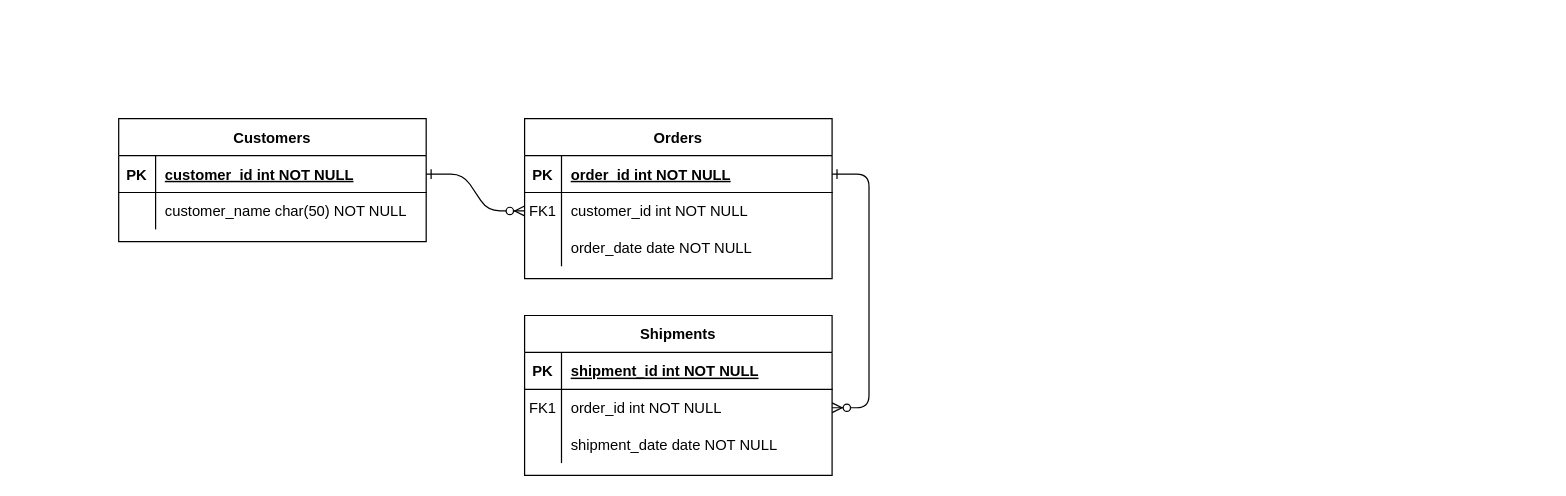
Before: tango_er.drawio in osakanae/tango, a draw.io diagram. Source tidied: cells renumbered, new cells numbered last; positions are measured from the earlier drawing's top-left corner, leaving out a move shared by most shapes. Both pictures are drawn from the tidied source at 123%, with x=0, y=0 at pixel (118, 118).
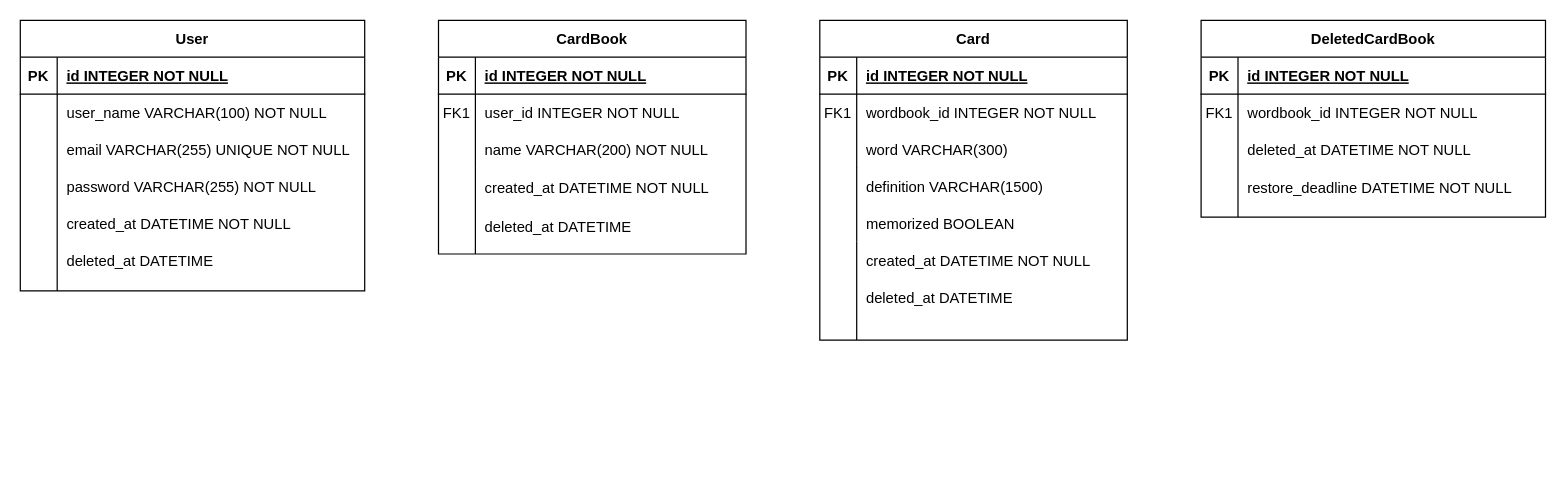
Above is the later version.

Commit message (it also covers changes not shown here):
tango_er.drawio を更新します

Unchanged cells that the change refers to:
```xml
<mxCell id="5" style="shape=partialRectangle;fillColor=none;points=[[0,0.5],[1,0.5]];portConstraint=eastwest;top=0;left=0;right=0;bottom=1;" parent="4" vertex="1">
  <mxGeometry y="30" width="250" height="30" as="geometry" />
</mxCell>
<mxCell id="8" style="shape=partialRectangle;fillColor=none;points=[[0,0.5],[1,0.5]];portConstraint=eastwest;top=0;left=0;right=0;bottom=0;" parent="4" vertex="1">
  <mxGeometry y="60" width="250" height="30" as="geometry" />
</mxCell>
<mxCell id="11" style="shape=partialRectangle;fillColor=none;points=[[0,0.5],[1,0.5]];portConstraint=eastwest;top=0;left=0;right=0;bottom=0;" parent="4" vertex="1">
  <mxGeometry y="90" width="250" height="30" as="geometry" />
</mxCell>
```

The edit, as a diff of the source:
```diff
@@
-    <mxCell id="2" style="edgeStyle=entityRelationEdgeStyle;endArrow=ERzeroToMany;startArrow=ERone;endFill=1;startFill=0;" parent="1" edge="1" source="25" target="8">
-      <mxGeometry relative="1" as="geometry" />
-    </mxCell>
-    <mxCell id="3" style="edgeStyle=entityRelationEdgeStyle;endArrow=ERzeroToMany;startArrow=ERone;endFill=1;startFill=0;" parent="1" edge="1" source="5" target="18">
-      <mxGeometry relative="1" as="geometry" />
-    </mxCell>
+    <mxCell id="31" style="group;" parent="1" vertex="1">
+      <mxGeometry x="-80" y="-80" width="280" height="220" as="geometry" />
+    </mxCell>
+    <mxCell id="24" value="User" style="shape=table;startSize=30;childLayout=tableLayout;rowLines=0;fontStyle=1;align=center;" parent="31" vertex="1">
+      <mxGeometry width="280" height="220" as="geometry" />
+    </mxCell>
+    <mxCell id="25" style="shape=partialRectangle;fillColor=none;points=[[0,0.5],[1,0.5]];portConstraint=eastwest;top=0;left=0;right=0;bottom=1;" parent="24" vertex="1">
+      <mxGeometry y="30" width="280" height="30" as="geometry" />
+    </mxCell>
+    <mxCell id="26" value="PK" style="shape=partialRectangle;overflow=hidden;fillColor=none;top=0;left=0;bottom=0;right=0;fontStyle=1;" parent="25" vertex="1">
+      <mxGeometry width="30" height="30" as="geometry" />
+    </mxCell>
+    <mxCell id="27" value="id INTEGER NOT NULL" style="shape=partialRectangle;overflow=hidden;fillColor=none;top=0;left=0;bottom=0;right=0;align=left;spacingLeft=6;fontStyle=5;" parent="25" vertex="1">
+      <mxGeometry x="30" width="250" height="30" as="geometry" />
+    </mxCell>
+    <mxCell id="28" style="shape=partialRectangle;fillColor=none;top=0;left=0;right=0;bottom=0;" parent="24" vertex="1">
+      <mxGeometry y="60" width="280" height="30" as="geometry" />
+    </mxCell>
+    <mxCell id="29" style="shape=partialRectangle;overflow=hidden;fillColor=none;top=0;left=0;bottom=0;right=0;" parent="28" vertex="1">
+      <mxGeometry width="30" height="30" as="geometry" />
+    </mxCell>
+    <mxCell id="30" value="user_name VARCHAR(100) NOT NULL" style="shape=partialRectangle;overflow=hidden;fillColor=none;top=0;left=0;bottom=0;right=0;align=left;spacingLeft=6;" parent="28" vertex="1">
+      <mxGeometry x="30" width="250" height="30" as="geometry" />
+    </mxCell>
+    <mxCell id="32" style="group;" parent="31" vertex="1">
+      <mxGeometry x="30" y="90" width="240" height="130" as="geometry" />
+    </mxCell>
+    <mxCell id="33" value="email VARCHAR(255) UNIQUE NOT NULL" style="shape=partialRectangle;overflow=hidden;fillColor=none;top=0;left=0;bottom=0;right=0;align=left;spacingLeft=6;" parent="32" vertex="1">
+      <mxGeometry width="240" height="30" as="geometry" />
+    </mxCell>
+    <mxCell id="34" value="password VARCHAR(255) NOT NULL" style="shape=partialRectangle;overflow=hidden;fillColor=none;top=0;left=0;bottom=0;right=0;align=left;spacingLeft=6;" parent="32" vertex="1">
+      <mxGeometry y="30" width="240" height="30" as="geometry" />
+    </mxCell>
+    <mxCell id="35" style="endArrow=none;html=1;rounded=0;" parent="32" edge="1">
+      <mxGeometry relative="1" as="geometry">
+        <mxPoint y="130" as="sourcePoint" />
+        <mxPoint as="targetPoint" />
+      </mxGeometry>
+    </mxCell>
+    <mxCell id="36" value="created_at DATETIME NOT NULL" style="shape=partialRectangle;overflow=hidden;fillColor=none;top=0;left=0;bottom=0;right=0;align=left;spacingLeft=6;" parent="32" vertex="1">
+      <mxGeometry y="60" width="240" height="30" as="geometry" />
+    </mxCell>
+    <mxCell id="37" value="deleted_at DATETIME" style="shape=partialRectangle;overflow=hidden;fillColor=none;top=0;left=0;bottom=0;right=0;align=left;spacingLeft=6;" parent="32" vertex="1">
+      <mxGeometry y="90" width="240" height="30" as="geometry" />
+    </mxCell>
+    <mxCell id="38" style="group;" parent="1" vertex="1">
+      <mxGeometry x="260" y="-80" width="250" height="190" as="geometry" />
+    </mxCell>
+    <mxCell id="39" style="endArrow=none;html=1;rounded=0;entryX=0.12;entryY=0.995;entryDx=0;entryDy=0;entryPerimeter=0;" parent="38" edge="1" target="11">
+      <mxGeometry relative="1" as="geometry">
+        <mxPoint x="30" y="190" as="sourcePoint" />
+      </mxGeometry>
+    </mxCell>
+    <mxCell id="40" style="group;" parent="38" vertex="1">
+      <mxGeometry width="250" height="190" as="geometry" />
+    </mxCell>
-    <mxCell id="4" value="Orders" style="shape=table;startSize=30;childLayout=tableLayout;rowLines=0;fontStyle=1;align=center;" parent="1" vertex="1">
-      <mxGeometry x="330" width="250" height="130" as="geometry" />
+    <mxCell id="4" value="CardBook" style="shape=table;startSize=30;childLayout=tableLayout;rowLines=0;fontStyle=1;align=center;" parent="40" vertex="1">
+      <mxGeometry width="250" height="190" as="geometry" />
     </mxCell>
@@
-    <mxCell id="7" value="order_id int NOT NULL " style="shape=partialRectangle;overflow=hidden;fillColor=none;top=0;left=0;bottom=0;right=0;align=left;spacingLeft=6;fontStyle=5;" parent="5" vertex="1">
+    <mxCell id="7" value="id INTEGER NOT NULL " style="shape=partialRectangle;overflow=hidden;fillColor=none;top=0;left=0;bottom=0;right=0;align=left;spacingLeft=6;fontStyle=5;" parent="5" vertex="1">
       <mxGeometry x="30" width="220" height="30" as="geometry" />
     </mxCell>
@@
-    <mxCell id="10" value="customer_id int NOT NULL" style="shape=partialRectangle;overflow=hidden;fillColor=none;top=0;left=0;bottom=0;right=0;align=left;spacingLeft=6;" parent="8" vertex="1">
+    <mxCell id="10" value="user_id INTEGER NOT NULL" style="shape=partialRectangle;overflow=hidden;fillColor=none;top=0;left=0;bottom=0;right=0;align=left;spacingLeft=6;" parent="8" vertex="1">
       <mxGeometry x="30" width="220" height="30" as="geometry" />
     </mxCell>
@@
-    <mxCell id="13" value="order_date date NOT NULL" style="shape=partialRectangle;overflow=hidden;fillColor=none;top=0;left=0;bottom=0;right=0;align=left;spacingLeft=6;" parent="11" vertex="1">
+    <mxCell id="13" value="name VARCHAR(200) NOT NULL" style="shape=partialRectangle;overflow=hidden;fillColor=none;top=0;left=0;bottom=0;right=0;align=left;spacingLeft=6;" parent="11" vertex="1">
       <mxGeometry x="30" width="220" height="30" as="geometry" />
     </mxCell>
-    <mxCell id="14" value="Shipments" style="shape=table;startSize=30;childLayout=tableLayout;rowLines=0;fontStyle=1;align=center;" parent="1" vertex="1">
-      <mxGeometry x="330" y="160" width="250" height="130" as="geometry" />
-    </mxCell>
+    <mxCell id="41" value="created_at DATETIME NOT NULL" style="shape=partialRectangle;overflow=hidden;fillColor=none;top=0;left=0;bottom=0;right=0;align=left;spacingLeft=6;" parent="40" vertex="1">
+      <mxGeometry x="30" y="120" width="220" height="31.7" as="geometry" />
+    </mxCell>
+    <mxCell id="42" value="deleted_at DATETIME" style="shape=partialRectangle;overflow=hidden;fillColor=none;top=0;left=0;bottom=0;right=0;align=left;spacingLeft=6;" parent="40" vertex="1">
+      <mxGeometry x="30" y="151.7" width="220" height="31.7" as="geometry" />
+    </mxCell>
+    <mxCell id="43" style="group;" parent="1" vertex="1">
+      <mxGeometry x="570" y="-80" width="250" height="260" as="geometry" />
+    </mxCell>
+    <mxCell id="44" style="endArrow=none;html=1;rounded=0;entryX=0.12;entryY=0.995;entryDx=0;entryDy=0;entryPerimeter=0;" parent="43" edge="1" target="21">
+      <mxGeometry relative="1" as="geometry">
+        <mxPoint x="30" y="180" as="sourcePoint" />
+      </mxGeometry>
+    </mxCell>
+    <mxCell id="45" style="group;" parent="43" vertex="1">
+      <mxGeometry width="250" height="260" as="geometry" />
+    </mxCell>
+    <mxCell id="46" style="group;" parent="45" vertex="1">
+      <mxGeometry width="250" height="260" as="geometry" />
+    </mxCell>
+    <mxCell id="47" value="Card" style="shape=table;startSize=30;childLayout=tableLayout;rowLines=0;fontStyle=1;align=center;" parent="46" vertex="1">
+      <mxGeometry width="250" height="260" as="geometry" />
+    </mxCell>
-    <mxCell id="15" style="shape=partialRectangle;fillColor=none;top=0;left=0;right=0;bottom=1;" parent="14" vertex="1">
+    <mxCell id="15" style="shape=partialRectangle;fillColor=none;top=0;left=0;right=0;bottom=1;" parent="47" vertex="1">
       <mxGeometry y="30" width="250" height="30" as="geometry" />
     </mxCell>
-    <mxCell id="16" value="PK" style="shape=partialRectangle;overflow=hidden;fillColor=none;top=0;left=0;bottom=0;right=0;fontStyle=1;" parent="15" vertex="1">
-      <mxGeometry width="30" height="30" as="geometry" />
-    </mxCell>
-    <mxCell id="17" value="shipment_id int NOT NULL " style="shape=partialRectangle;overflow=hidden;fillColor=none;top=0;left=0;bottom=0;right=0;align=left;spacingLeft=6;fontStyle=5;" parent="15" vertex="1">
-      <mxGeometry x="30" width="220" height="30" as="geometry" />
-    </mxCell>
+    <mxCell id="48" value="PK" style="shape=partialRectangle;overflow=hidden;fillColor=none;top=0;left=0;bottom=0;right=0;fontStyle=1;" parent="15" vertex="1">
+      <mxGeometry width="30" height="30" as="geometry" />
+    </mxCell>
+    <mxCell id="49" value="id INTEGER NOT NULL " style="shape=partialRectangle;overflow=hidden;fillColor=none;top=0;left=0;bottom=0;right=0;align=left;spacingLeft=6;fontStyle=5;" parent="15" vertex="1">
+      <mxGeometry x="30" width="220" height="30" as="geometry" />
+    </mxCell>
-    <mxCell id="18" style="shape=partialRectangle;fillColor=none;points=[[0,0.5],[1,0.5]];portConstraint=eastwest;top=0;left=0;right=0;bottom=0;" parent="14" vertex="1">
+    <mxCell id="18" style="shape=partialRectangle;fillColor=none;points=[[0,0.5],[1,0.5]];portConstraint=eastwest;top=0;left=0;right=0;bottom=0;" parent="47" vertex="1">
       <mxGeometry y="60" width="250" height="30" as="geometry" />
     </mxCell>
-    <mxCell id="19" value="FK1" style="shape=partialRectangle;overflow=hidden;fillColor=none;top=0;left=0;bottom=0;right=0;" parent="18" vertex="1">
-      <mxGeometry width="30" height="30" as="geometry" />
-    </mxCell>
-    <mxCell id="20" value="order_id int NOT NULL" style="shape=partialRectangle;overflow=hidden;fillColor=none;top=0;left=0;bottom=0;right=0;align=left;spacingLeft=6;" parent="18" vertex="1">
-      <mxGeometry x="30" width="220" height="30" as="geometry" />
-    </mxCell>
+    <mxCell id="50" value="FK1" style="shape=partialRectangle;overflow=hidden;fillColor=none;top=0;left=0;bottom=0;right=0;" parent="18" vertex="1">
+      <mxGeometry width="30" height="30" as="geometry" />
+    </mxCell>
+    <mxCell id="51" value="wordbook_id INTEGER NOT NULL" style="shape=partialRectangle;overflow=hidden;fillColor=none;top=0;left=0;bottom=0;right=0;align=left;spacingLeft=6;" parent="18" vertex="1">
+      <mxGeometry x="30" width="220" height="30" as="geometry" />
+    </mxCell>
-    <mxCell id="21" style="shape=partialRectangle;fillColor=none;points=[[0,0.5],[1,0.5]];portConstraint=eastwest;top=0;left=0;right=0;bottom=0;" parent="14" vertex="1">
+    <mxCell id="21" style="shape=partialRectangle;fillColor=none;points=[[0,0.5],[1,0.5]];portConstraint=eastwest;top=0;left=0;right=0;bottom=0;" parent="47" vertex="1">
       <mxGeometry y="90" width="250" height="30" as="geometry" />
     </mxCell>
-    <mxCell id="22" style="shape=partialRectangle;overflow=hidden;fillColor=none;top=0;left=0;bottom=0;right=0;" parent="21" vertex="1">
-      <mxGeometry width="30" height="30" as="geometry" />
-    </mxCell>
-    <mxCell id="23" value="shipment_date date NOT NULL" style="shape=partialRectangle;overflow=hidden;fillColor=none;top=0;left=0;bottom=0;right=0;align=left;spacingLeft=6;" parent="21" vertex="1">
-      <mxGeometry x="30" width="220" height="30" as="geometry" />
-    </mxCell>
-    <mxCell id="24" value="Customers" style="shape=table;startSize=30;childLayout=tableLayout;rowLines=0;fontStyle=1;align=center;" parent="1" vertex="1">
-      <mxGeometry width="250" height="100" as="geometry" />
-    </mxCell>
-    <mxCell id="25" style="shape=partialRectangle;fillColor=none;points=[[0,0.5],[1,0.5]];portConstraint=eastwest;top=0;left=0;right=0;bottom=1;" parent="24" vertex="1">
-      <mxGeometry y="30" width="250" height="30" as="geometry" />
-    </mxCell>
-    <mxCell id="26" value="PK" style="shape=partialRectangle;overflow=hidden;fillColor=none;top=0;left=0;bottom=0;right=0;fontStyle=1;" parent="25" vertex="1">
-      <mxGeometry width="30" height="30" as="geometry" />
-    </mxCell>
-    <mxCell id="27" value="customer_id int NOT NULL " style="shape=partialRectangle;overflow=hidden;fillColor=none;top=0;left=0;bottom=0;right=0;align=left;spacingLeft=6;fontStyle=5;" parent="25" vertex="1">
-      <mxGeometry x="30" width="220" height="30" as="geometry" />
-    </mxCell>
-    <mxCell id="28" style="shape=partialRectangle;fillColor=none;top=0;left=0;right=0;bottom=0;" parent="24" vertex="1">
-      <mxGeometry y="60" width="250" height="30" as="geometry" />
-    </mxCell>
-    <mxCell id="29" style="shape=partialRectangle;overflow=hidden;fillColor=none;top=0;left=0;bottom=0;right=0;" parent="28" vertex="1">
-      <mxGeometry width="30" height="30" as="geometry" />
-    </mxCell>
-    <mxCell id="30" value="customer_name char(50) NOT NULL" style="shape=partialRectangle;overflow=hidden;fillColor=none;top=0;left=0;bottom=0;right=0;align=left;spacingLeft=6;" parent="28" vertex="1">
-      <mxGeometry x="30" width="220" height="30" as="geometry" />
-    </mxCell>
+    <mxCell id="52" style="shape=partialRectangle;overflow=hidden;fillColor=none;top=0;left=0;bottom=0;right=0;" parent="21" vertex="1">
+      <mxGeometry width="30" height="30" as="geometry" />
+    </mxCell>
+    <mxCell id="53" value="word VARCHAR(300)" style="shape=partialRectangle;overflow=hidden;fillColor=none;top=0;left=0;bottom=0;right=0;align=left;spacingLeft=6;" parent="21" vertex="1">
+      <mxGeometry x="30" width="220" height="30" as="geometry" />
+    </mxCell>
+    <mxCell id="54" value="created_at DATETIME NOT NULL" style="shape=partialRectangle;overflow=hidden;fillColor=none;top=0;left=0;bottom=0;right=0;align=left;spacingLeft=6;" parent="46" vertex="1">
+      <mxGeometry x="30" y="180" width="220" height="30" as="geometry" />
+    </mxCell>
+    <mxCell id="55" value="deleted_at DATETIME" style="shape=partialRectangle;overflow=hidden;fillColor=none;top=0;left=0;bottom=0;right=0;align=left;spacingLeft=6;" parent="46" vertex="1">
+      <mxGeometry x="30" y="210" width="220" height="30" as="geometry" />
+    </mxCell>
+    <mxCell id="56" value="definition VARCHAR(1500) " style="shape=partialRectangle;overflow=hidden;fillColor=none;top=0;left=0;bottom=0;right=0;align=left;spacingLeft=6;" parent="46" vertex="1" collapsed="1">
+      <mxGeometry x="30" y="120" width="220" height="30" as="geometry" />
+    </mxCell>
+    <mxCell id="57" value="memorized BOOLEAN" style="shape=partialRectangle;overflow=hidden;fillColor=none;top=0;left=0;bottom=0;right=0;align=left;spacingLeft=6;" parent="46" vertex="1">
+      <mxGeometry x="30" y="150" width="220" height="30" as="geometry" />
+    </mxCell>
+    <mxCell id="58" style="endArrow=none;html=1;rounded=0;" parent="1" edge="1">
+      <mxGeometry relative="1" as="geometry">
+        <mxPoint x="600" y="100" as="sourcePoint" />
+        <mxPoint x="600" y="180" as="targetPoint" />
+      </mxGeometry>
+    </mxCell>
+    <mxCell id="59" style="html=1;whiteSpace=wrap;align=right;verticalAlign=bottom;" parent="58" vertex="1">
+      <mxGeometry x="1" relative="1" as="geometry">
+        <mxPoint x="-10" y="10" as="offset" />
+      </mxGeometry>
+    </mxCell>
+    <mxCell id="60" style="group;" parent="1" vertex="1">
+      <mxGeometry x="880" y="-80" width="280" height="190" as="geometry" />
+    </mxCell>
+    <mxCell id="61" style="endArrow=none;html=1;rounded=0;" parent="60" edge="1">
+      <mxGeometry relative="1" as="geometry">
+        <mxPoint x="30" y="160" as="sourcePoint" />
+        <mxPoint x="30" y="120" as="targetPoint" />
+      </mxGeometry>
+    </mxCell>
+    <mxCell id="62" style="group;" parent="60" vertex="1">
+      <mxGeometry width="280" height="190" as="geometry" />
+    </mxCell>
+    <mxCell id="63" value="DeletedCardBook" style="shape=table;startSize=30;childLayout=tableLayout;rowLines=0;fontStyle=1;align=center;" parent="62" vertex="1">
+      <mxGeometry width="280" height="160" as="geometry" />
+    </mxCell>
+    <mxCell id="64" style="shape=partialRectangle;fillColor=none;top=0;left=0;right=0;bottom=1;" parent="63" vertex="1">
+      <mxGeometry y="30" width="280" height="30" as="geometry" />
+    </mxCell>
+    <mxCell id="65" value="PK" style="shape=partialRectangle;overflow=hidden;fillColor=none;top=0;left=0;bottom=0;right=0;fontStyle=1;" parent="64" vertex="1">
+      <mxGeometry width="30" height="30" as="geometry" />
+    </mxCell>
+    <mxCell id="66" value="id INTEGER NOT NULL " style="shape=partialRectangle;overflow=hidden;fillColor=none;top=0;left=0;bottom=0;right=0;align=left;spacingLeft=6;fontStyle=5;" parent="64" vertex="1">
+      <mxGeometry x="30" width="250" height="30" as="geometry" />
+    </mxCell>
+    <mxCell id="67" style="shape=partialRectangle;fillColor=none;top=0;left=0;right=0;bottom=0;" parent="63" vertex="1">
+      <mxGeometry y="60" width="280" height="30" as="geometry" />
+    </mxCell>
+    <mxCell id="68" value="FK1" style="shape=partialRectangle;overflow=hidden;fillColor=none;top=0;left=0;bottom=0;right=0;" parent="67" vertex="1">
+      <mxGeometry width="30" height="30" as="geometry" />
+    </mxCell>
+    <mxCell id="69" value="wordbook_id INTEGER NOT NULL" style="shape=partialRectangle;overflow=hidden;fillColor=none;top=0;left=0;bottom=0;right=0;align=left;spacingLeft=6;" parent="67" vertex="1">
+      <mxGeometry x="30" width="250" height="30" as="geometry" />
+    </mxCell>
+    <mxCell id="70" style="shape=partialRectangle;fillColor=none;top=0;left=0;right=0;bottom=0;" parent="63" vertex="1">
+      <mxGeometry y="90" width="280" height="30" as="geometry" />
+    </mxCell>
+    <mxCell id="71" style="shape=partialRectangle;overflow=hidden;fillColor=none;top=0;left=0;bottom=0;right=0;" parent="70" vertex="1">
+      <mxGeometry width="30" height="30" as="geometry" />
+    </mxCell>
+    <mxCell id="72" value="deleted_at DATETIME NOT NULL" style="shape=partialRectangle;overflow=hidden;fillColor=none;top=0;left=0;bottom=0;right=0;align=left;spacingLeft=6;" parent="70" vertex="1">
+      <mxGeometry x="30" width="250" height="30" as="geometry" />
+    </mxCell>
+    <mxCell id="73" value="restore_deadline DATETIME NOT NULL" style="shape=partialRectangle;overflow=hidden;fillColor=none;top=0;left=0;bottom=0;right=0;align=left;spacingLeft=6;" parent="62" vertex="1">
+      <mxGeometry x="30" y="120" width="240" height="31.7" as="geometry" />
+    </mxCell>
```
